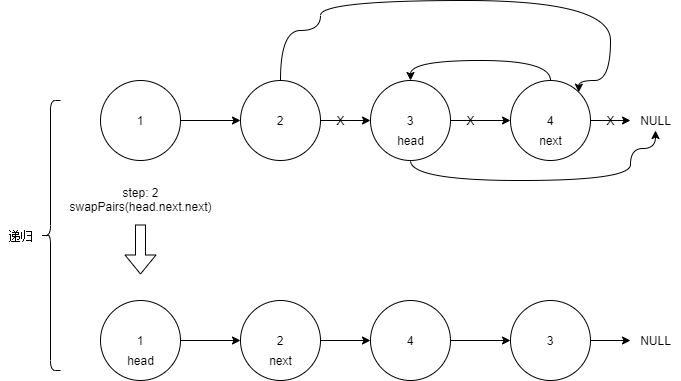
NavyD/leetcode-rust keeps this draw.io diagram as src/swap_nodes_in_pairs.drawio.png. Above is the earlier version. Source tidied: cells renumbered, new cells last; positions are measured from the earlier drawing's top-left corner, leaving out a move shared by most shapes.
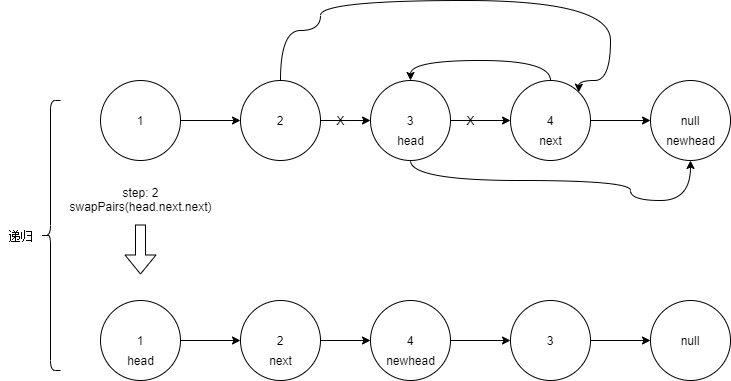
Above is the later version.

Commit message:
rewrite swap_nodes_in_pairs,reverse_linked_list

What changed in the source:
```diff
@@ -29,13 +29,13 @@
     <mxCell id="7" style="edgeStyle=orthogonalEdgeStyle;rounded=0;jettySize=auto;html=1;entryX=0;entryY=0.5;entryDx=0;entryDy=0;" parent="1" edge="1" source="9" target="12">
       <mxGeometry relative="1" as="geometry" />
     </mxCell>
-    <mxCell id="8" style="edgeStyle=orthogonalEdgeStyle;curved=1;rounded=0;jettySize=auto;html=1;exitX=0.5;exitY=1;exitDx=0;exitDy=0;" parent="1" edge="1" source="9" target="17">
+    <mxCell id="8" style="edgeStyle=orthogonalEdgeStyle;curved=1;rounded=0;jettySize=auto;html=1;exitX=0.5;exitY=1;exitDx=0;exitDy=0;entryX=0.5;entryY=1;entryDx=0;entryDy=0;" parent="1" edge="1" source="9" target="35">
       <mxGeometry relative="1" as="geometry">
         <Array as="points">
           <mxPoint x="410" y="180" />
           <mxPoint x="630" y="180" />
-          <mxPoint x="630" y="148" />
-          <mxPoint x="655" y="148" />
+          <mxPoint x="630" y="200" />
+          <mxPoint x="690" y="200" />
         </Array>
       </mxGeometry>
     </mxCell>
@@ -50,9 +50,9 @@
         </Array>
       </mxGeometry>
     </mxCell>
-    <mxCell id="11" style="edgeStyle=orthogonalEdgeStyle;curved=1;rounded=0;jettySize=auto;html=1;exitX=1;exitY=0.5;exitDx=0;exitDy=0;" parent="1" edge="1" source="12" target="17">
-      <mxGeometry relative="1" as="geometry" />
-    </mxCell>
+    <mxCell id="34" style="edgeStyle=orthogonalEdgeStyle;rounded=0;jettySize=auto;html=1;" parent="1" edge="1" source="12" target="35">
+      <mxGeometry relative="1" as="geometry" />
+    </mxCell>
     <mxCell id="12" value="4" style="ellipse;whiteSpace=wrap;html=1;" parent="1" vertex="1">
       <mxGeometry x="510" y="80" width="80" height="80" as="geometry" />
     </mxCell>
@@ -68,12 +68,6 @@
     <mxCell id="16" value="X" style="text;html=1;align=center;verticalAlign=middle;" parent="1" vertex="1">
       <mxGeometry x="330" y="110" width="20" height="20" as="geometry" />
     </mxCell>
-    <mxCell id="17" value="NULL" style="text;html=1;align=center;verticalAlign=middle;points=[];" parent="1" vertex="1">
-      <mxGeometry x="630" y="110" width="50" height="20" as="geometry" />
-    </mxCell>
-    <mxCell id="18" value="X" style="text;html=1;align=center;verticalAlign=middle;" parent="1" vertex="1">
-      <mxGeometry x="600" y="110" width="20" height="20" as="geometry" />
-    </mxCell>
     <mxCell id="19" style="edgeStyle=orthogonalEdgeStyle;rounded=0;jettySize=auto;html=1;" parent="1" edge="1" source="20" target="22">
       <mxGeometry relative="1" as="geometry" />
     </mxCell>
@@ -92,15 +86,12 @@
     <mxCell id="24" value="4" style="ellipse;whiteSpace=wrap;html=1;" parent="1" vertex="1">
       <mxGeometry x="370" y="300" width="80" height="80" as="geometry" />
     </mxCell>
-    <mxCell id="25" style="edgeStyle=orthogonalEdgeStyle;curved=1;rounded=0;jettySize=auto;html=1;exitX=1;exitY=0.5;exitDx=0;exitDy=0;" parent="1" edge="1" source="26" target="27">
+    <mxCell id="25" style="edgeStyle=orthogonalEdgeStyle;curved=1;rounded=0;jettySize=auto;html=1;exitX=1;exitY=0.5;exitDx=0;exitDy=0;entryX=0;entryY=0.5;entryDx=0;entryDy=0;" parent="1" edge="1" source="26" target="37">
       <mxGeometry relative="1" as="geometry" />
     </mxCell>
     <mxCell id="26" value="3" style="ellipse;whiteSpace=wrap;html=1;" parent="1" vertex="1">
       <mxGeometry x="510" y="300" width="80" height="80" as="geometry" />
     </mxCell>
-    <mxCell id="27" value="NULL" style="text;html=1;align=center;verticalAlign=middle;points=[];" parent="1" vertex="1">
-      <mxGeometry x="630" y="330" width="50" height="20" as="geometry" />
-    </mxCell>
     <mxCell id="28" style="shape=flexArrow;endArrow=classic;html=1;" parent="1" edge="1">
       <mxGeometry relative="1" as="geometry">
         <mxPoint x="140" y="224" as="sourcePoint" />
@@ -122,5 +113,17 @@
     <mxCell id="33" value="递归" style="text;html=1;align=center;verticalAlign=middle;" parent="1" vertex="1">
       <mxGeometry y="225" width="40" height="20" as="geometry" />
     </mxCell>
+    <mxCell id="35" value="null" style="ellipse;whiteSpace=wrap;html=1;" parent="1" vertex="1">
+      <mxGeometry x="650" y="80" width="80" height="80" as="geometry" />
+    </mxCell>
+    <mxCell id="36" value="newhead" style="text;html=1;align=center;verticalAlign=middle;" parent="1" vertex="1">
+      <mxGeometry x="660" y="130" width="60" height="20" as="geometry" />
+    </mxCell>
+    <mxCell id="37" value="null" style="ellipse;whiteSpace=wrap;html=1;" parent="1" vertex="1">
+      <mxGeometry x="650" y="300" width="80" height="80" as="geometry" />
+    </mxCell>
+    <mxCell id="38" value="newhead" style="text;html=1;align=center;verticalAlign=middle;" parent="1" vertex="1">
+      <mxGeometry x="380" y="350" width="60" height="20" as="geometry" />
+    </mxCell>
   </root>
 </mxGraphModel>
```
